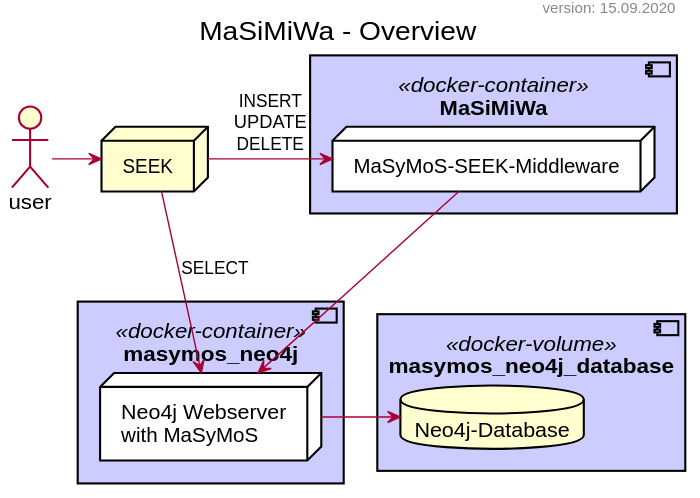
Before: dev/uml/structure_overview.svg, a diagram exported from PlantUML (MaSyMoS/masymos-seek-middleware).
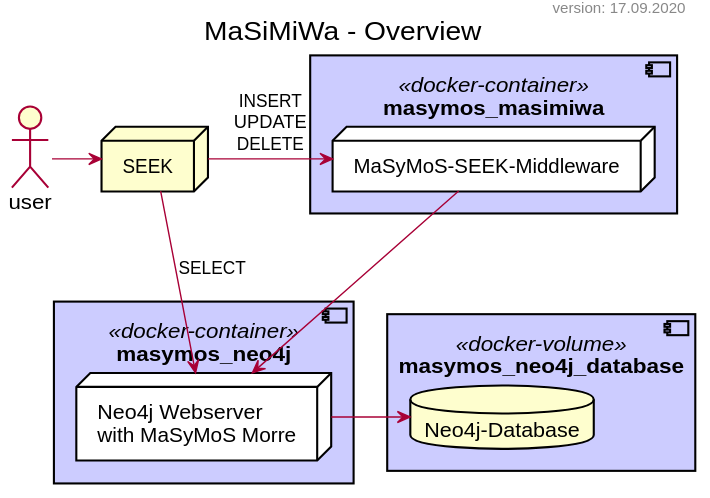
After the change.

The edit, as a diff of the source:
```diff
@@ -9,12 +9,12 @@
 
 node "SEEK" as seek
 
-component "MaSiMiWa" as d_miwa <<docker-container>> #ccf {
+component "masymos_masimiwa" as d_miwa <<docker-container>> #ccf {
     node "MaSyMoS-SEEK-Middleware" as miwa #fff
 }
 
 component "masymos_neo4j" as d_neo4j <<docker-container>> #ccf {
-    node "Neo4j Webserver\nwith MaSyMoS" as n #fff
+    node "Neo4j Webserver\nwith MaSyMoS Morre" as n #fff
 }
 
 component "masymos_neo4j_database" as d_db <<docker-volume>> #ccf {
```
